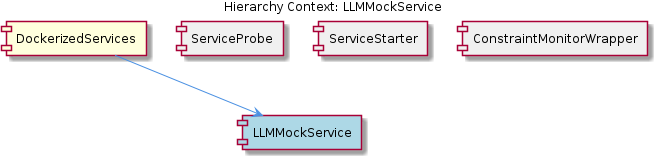
This is knowledge-management/insights/images/llmmock-service-relationship.png from fwornle/coding, a PlantUML export, as it was before one commit. Its source is kept beside it as .data/knowledge-graph/insights/puml/llmmock-service-relationship.puml.
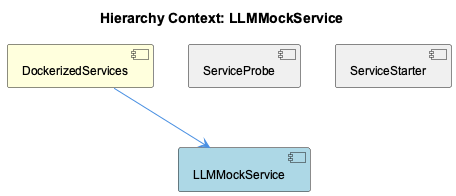
Above is the later version.

Change to the diagram source:
```diff
@@ -7,11 +7,9 @@
 [LLMMockService] as llmmock_service #LightBlue
 [ServiceProbe] as service_probe #F0F0F0
 [ServiceStarter] as service_starter #F0F0F0
-[ConstraintMonitorWrapper] as constraint_monitor_wrapper #F0F0F0
 
 dockerized_services --> llmmock_service
 service_probe -[hidden]- llmmock_service
 service_starter -[hidden]- llmmock_service
-constraint_monitor_wrapper -[hidden]- llmmock_service
 
 @enduml
```
